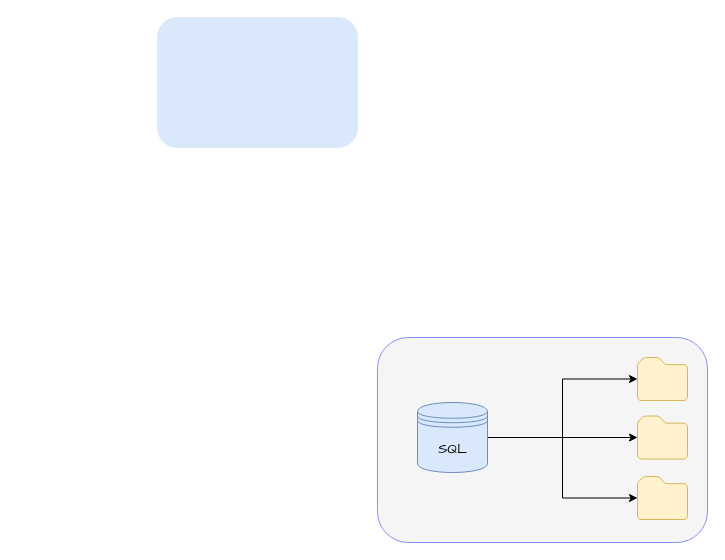
The draw.io diagram hrc.drawio in sagnikghoshcr7/Draw.io, before the edit. Source tidied: cells renumbered, new cells numbered last; positions are measured from the earlier drawing's top-left corner, leaving out a move shared by most shapes. Both pictures are drawn from the tidied source at 100%, with x=0, y=0 at pixel (157, 17).
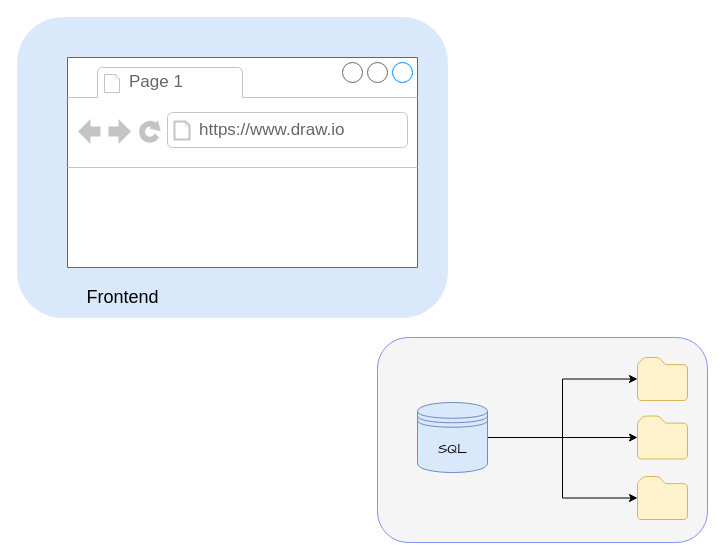
Above is the later version.

What changed in the source:
```diff
@@
 <mxGraphModel>
   <root>
     <mxCell id="0" />
     <mxCell id="1" parent="0" />
     <mxCell id="2" style="rounded=1;whiteSpace=wrap;html=1;fontFamily=Comic Sans MS;fontSize=14;fillColor=#f5f5f5;strokeColor=#878FFF;fontColor=#333333;shadow=0;glass=0;sketch=0;" parent="1" vertex="1">
       <mxGeometry x="220" y="320" width="330" height="205" as="geometry" />
     </mxCell>
     <mxCell id="3" style="edgeStyle=orthogonalEdgeStyle;rounded=0;jettySize=auto;html=1;entryX=0;entryY=0.5;entryDx=0;entryDy=0;entryPerimeter=0;" parent="1" edge="1" source="6" target="7">
       <mxGeometry relative="1" as="geometry" />
     </mxCell>
     <mxCell id="4" style="edgeStyle=orthogonalEdgeStyle;rounded=0;jettySize=auto;html=1;" parent="1" edge="1" source="6" target="8">
       <mxGeometry relative="1" as="geometry" />
     </mxCell>
     <mxCell id="5" style="edgeStyle=orthogonalEdgeStyle;rounded=0;jettySize=auto;html=1;entryX=0;entryY=0.5;entryDx=0;entryDy=0;entryPerimeter=0;" parent="1" edge="1" source="6" target="9">
       <mxGeometry relative="1" as="geometry" />
     </mxCell>
     <mxCell id="6" style="shape=datastore;whiteSpace=wrap;html=1;fillColor=#dae8fc;strokeColor=#6c8ebf;" parent="1" vertex="1">
       <mxGeometry x="260" y="385" width="70" height="70" as="geometry" />
     </mxCell>
     <mxCell id="7" style="sketch=0;shadow=0;dashed=0;html=1;strokeColor=#d6b656;labelPosition=center;verticalLabelPosition=bottom;verticalAlign=top;align=center;fillColor=#fff2cc;shape=mxgraph.mscae.enterprise.folder;" parent="1" vertex="1">
       <mxGeometry x="480" y="340" width="50" height="43" as="geometry" />
     </mxCell>
     <mxCell id="8" style="sketch=0;shadow=0;dashed=0;html=1;strokeColor=#d6b656;labelPosition=center;verticalLabelPosition=bottom;verticalAlign=top;align=center;fillColor=#fff2cc;shape=mxgraph.mscae.enterprise.folder;" parent="1" vertex="1">
       <mxGeometry x="480" y="398.5" width="50" height="43" as="geometry" />
     </mxCell>
     <mxCell id="9" style="sketch=0;shadow=0;dashed=0;html=1;strokeColor=#d6b656;labelPosition=center;verticalLabelPosition=bottom;verticalAlign=top;align=center;fillColor=#fff2cc;shape=mxgraph.mscae.enterprise.folder;" parent="1" vertex="1">
       <mxGeometry x="480" y="459" width="50" height="43" as="geometry" />
     </mxCell>
     <mxCell id="10" value="SQL" style="text;html=1;align=center;verticalAlign=middle;strokeColor=none;fillColor=none;fontFamily=Comic Sans MS;fontSize=14;" parent="1" vertex="1">
       <mxGeometry x="270" y="421.5" width="50" height="20" as="geometry" />
     </mxCell>
     <mxCell id="11" style="rounded=1;whiteSpace=wrap;html=1;shadow=0;glass=0;sketch=0;fontFamily=Comic Sans MS;fontSize=14;strokeColor=#E3E9F2;fillColor=#dae8fc;" parent="1" vertex="1">
-      <mxGeometry width="200" height="130" as="geometry" />
+      <mxGeometry x="-140" width="430" height="300" as="geometry" />
     </mxCell>
+    <mxCell id="12" value="Frontend" style="text;html=1;align=center;verticalAlign=middle;strokeColor=none;fillColor=none;fontSize=18;fontFamily=Helvetica;" parent="1" vertex="1">
+      <mxGeometry x="-80" y="265" width="90" height="30" as="geometry" />
+    </mxCell>
+    <mxCell id="13" style="strokeWidth=1;shadow=0;dashed=0;align=center;html=1;shape=mxgraph.mockup.containers.browserWindow;rSize=0;strokeColor=#666666;strokeColor2=#008cff;strokeColor3=#c4c4c4;mainText=,;fontFamily=Helvetica;fontSize=18;" parent="1" vertex="1">
+      <mxGeometry x="-90" y="40" width="350" height="210" as="geometry" />
+    </mxCell>
+    <mxCell id="14" value="Page 1" style="strokeWidth=1;shadow=0;dashed=0;align=center;html=1;shape=mxgraph.mockup.containers.anchor;fontSize=17;fontColor=#666666;align=left;fontFamily=Helvetica;" parent="13" vertex="1">
+      <mxGeometry x="60" y="12" width="110" height="26" as="geometry" />
+    </mxCell>
+    <mxCell id="15" value="https://www.draw.io" style="strokeWidth=1;shadow=0;dashed=0;align=center;html=1;shape=mxgraph.mockup.containers.anchor;rSize=0;fontSize=17;fontColor=#666666;align=left;fontFamily=Helvetica;" parent="13" vertex="1">
+      <mxGeometry x="130" y="60" width="250" height="26" as="geometry" />
+    </mxCell>
   </root>
 </mxGraphModel>
```
